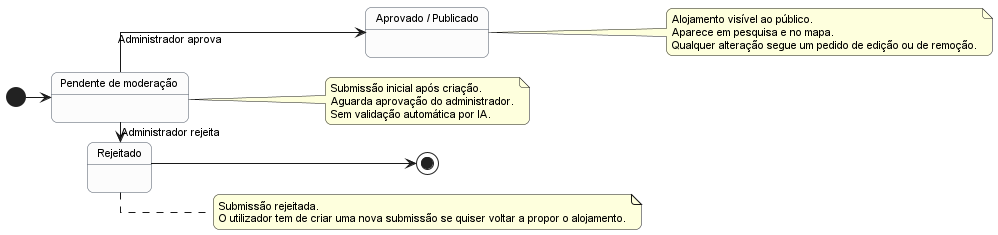
Before: docs/diagrams/png/state-accommodation-lifecycle.png, a diagram exported from PlantUML (alegna83/cookbook-be). The source it was exported from:
```plantuml
@startuml

left to right direction

hide methods
hide stereotypes
skinparam shadowing false
skinparam linetype ortho
skinparam roundcorner 12
skinparam defaultFontName Arial
skinparam defaultFontSize 11
skinparam ranksep 25
skinparam nodesep 20
skinparam state {
  BackgroundColor #FCFCFC
  BorderColor #4B5563
}

state "Pendente de moderação" as PendenteDeModeracao
state "Aprovado / Publicado" as AprovadoPublicado
state "Rejeitado" as Rejeitado

[*] --> PendenteDeModeracao

PendenteDeModeracao -down-> AprovadoPublicado : Administrador aprova
PendenteDeModeracao -right-> Rejeitado : Administrador rejeita

Rejeitado --> [*]

note right of PendenteDeModeracao
  Submissão inicial após criação.
  Aguarda aprovação do administrador.
  Sem validação automática por IA.
end note

note right of AprovadoPublicado
  Alojamento visível ao público.
  Aparece em pesquisa e no mapa.
  Qualquer alteração segue um pedido de edição ou de remoção.
end note

note right of Rejeitado
  Submissão rejeitada.
  O utilizador tem de criar uma nova submissão se quiser voltar a propor o alojamento.
end note

@enduml
```
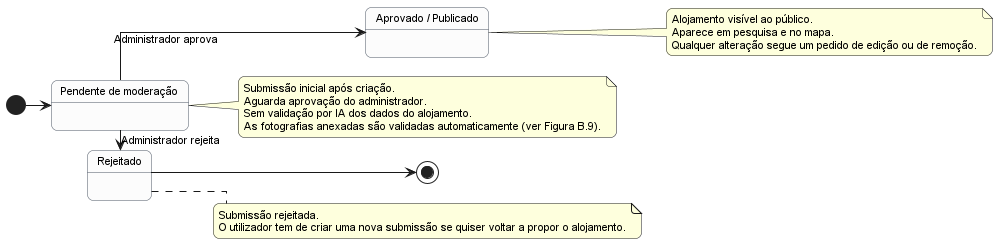
The same file after the commit.

The edit, as a diff of the source:
```diff
@@ -30,7 +30,8 @@
 note right of PendenteDeModeracao
   Submissão inicial após criação.
   Aguarda aprovação do administrador.
-  Sem validação automática por IA.
+  Sem validação por IA dos dados do alojamento.
+  As fotografias anexadas são validadas automaticamente (ver Figura B.9).
 end note
 
 note right of AprovadoPublicado
```
